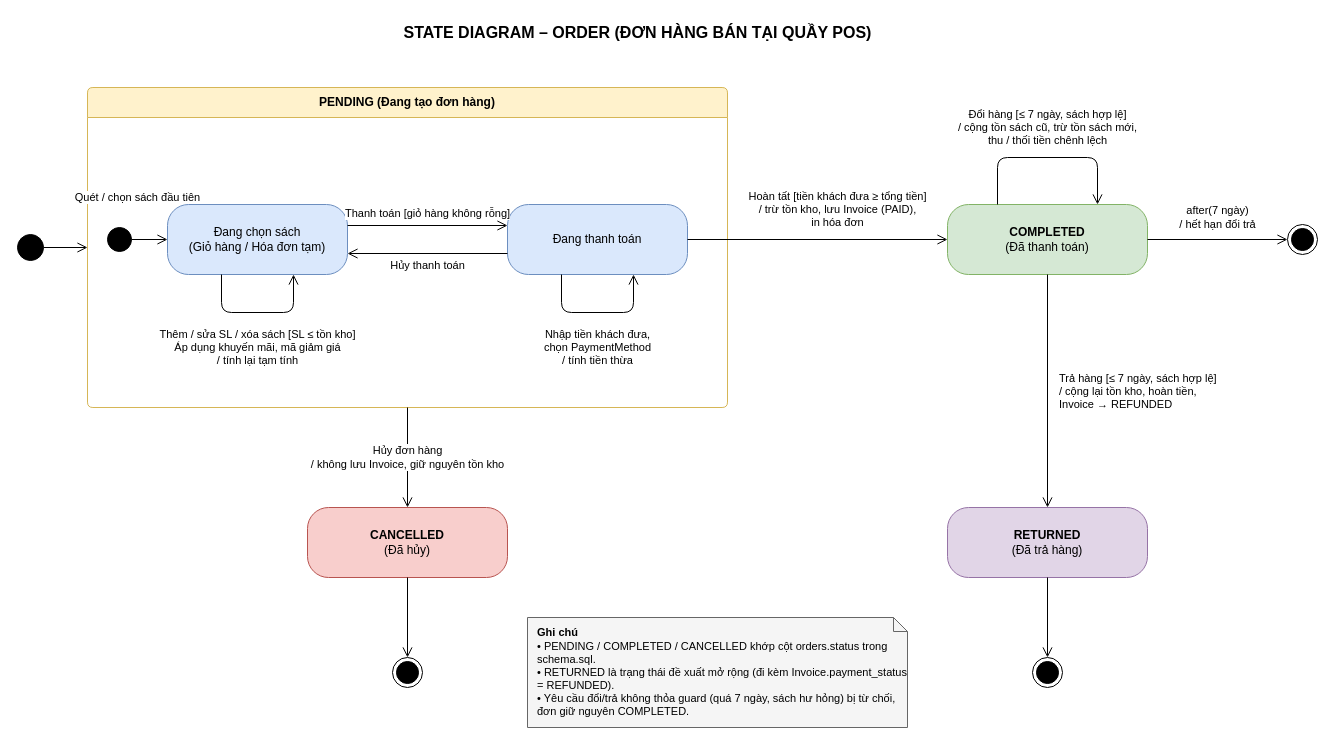
Earlier version of the draw.io diagram docs/diagrams/State diagram/state-order.drawio (chihai9-dev/quan-ly-nha-sach-ooad). Source tidied: cells renumbered, new cells numbered last; positions are measured from the earlier drawing's top-left corner, leaving out a move shared by most shapes. Both pictures are drawn from the tidied source at 100%, with x=0, y=0 at pixel (17, 17).
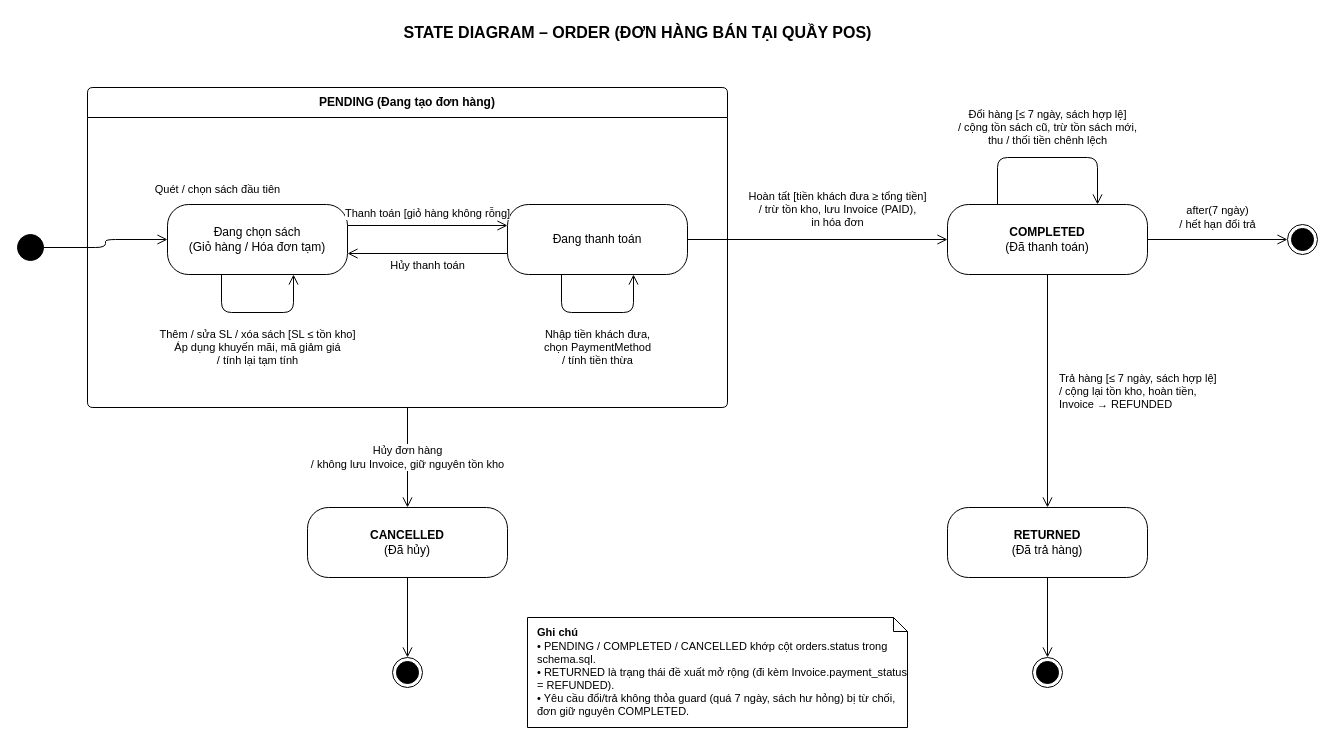
The same page after the edit.

The change refers to these unchanged cells:
```xml
<mxCell id="3" style="ellipse;html=1;fillColor=#000000;strokeColor=#000000;" parent="1" vertex="1">
  <mxGeometry y="217" width="26" height="26" as="geometry" />
</mxCell>
```

The edit, as a diff of the source:
```diff
@@
-    <mxCell id="4" value="PENDING (Đang tạo đơn hàng)" style="swimlane;rounded=1;whiteSpace=wrap;html=1;startSize=30;arcSize=6;fillColor=#fff2cc;strokeColor=#d6b656;fontStyle=1;" parent="1" vertex="1">
+    <mxCell id="4" value="PENDING (Đang tạo đơn hàng)" style="swimlane;rounded=1;whiteSpace=wrap;html=1;startSize=30;arcSize=6;fillColor=#ffffff;strokeColor=#000000;fontStyle=1;" parent="1" vertex="1">
       <mxGeometry x="70" y="70" width="640" height="320" as="geometry" />
     </mxCell>
-    <mxCell id="5" style="ellipse;html=1;fillColor=#000000;strokeColor=#000000;" parent="4" vertex="1">
-      <mxGeometry x="20" y="140" width="24" height="24" as="geometry" />
-    </mxCell>
-    <mxCell id="6" value="Đang chọn sách&lt;br&gt;(Giỏ hàng / Hóa đơn tạm)" style="rounded=1;whiteSpace=wrap;html=1;arcSize=30;fillColor=#dae8fc;strokeColor=#6c8ebf;" parent="4" vertex="1">
+    <mxCell id="6" value="Đang chọn sách&lt;br&gt;(Giỏ hàng / Hóa đơn tạm)" style="rounded=1;whiteSpace=wrap;html=1;arcSize=30;fillColor=#ffffff;strokeColor=#000000;" parent="4" vertex="1">
       <mxGeometry x="80" y="117" width="180" height="70" as="geometry" />
     </mxCell>
-    <mxCell id="7" value="Đang thanh toán" style="rounded=1;whiteSpace=wrap;html=1;arcSize=30;fillColor=#dae8fc;strokeColor=#6c8ebf;" parent="4" vertex="1">
+    <mxCell id="7" value="Đang thanh toán" style="rounded=1;whiteSpace=wrap;html=1;arcSize=30;fillColor=#ffffff;strokeColor=#000000;" parent="4" vertex="1">
       <mxGeometry x="420" y="117" width="180" height="70" as="geometry" />
     </mxCell>
-    <mxCell id="8" style="edgeStyle=orthogonalEdgeStyle;rounded=1;html=1;endArrow=open;endSize=8;" parent="4" edge="1" source="5" target="6">
-      <mxGeometry relative="1" as="geometry" />
-    </mxCell>
@@
-    <mxCell id="13" value="&lt;b&gt;COMPLETED&lt;/b&gt;&lt;br&gt;(Đã thanh toán)" style="rounded=1;whiteSpace=wrap;html=1;arcSize=30;fillColor=#d5e8d4;strokeColor=#82b366;" parent="1" vertex="1">
+    <mxCell id="13" value="&lt;b&gt;COMPLETED&lt;/b&gt;&lt;br&gt;(Đã thanh toán)" style="rounded=1;whiteSpace=wrap;html=1;arcSize=30;fillColor=#ffffff;strokeColor=#000000;" parent="1" vertex="1">
       <mxGeometry x="930" y="187" width="200" height="70" as="geometry" />
     </mxCell>
-    <mxCell id="14" value="&lt;b&gt;CANCELLED&lt;/b&gt;&lt;br&gt;(Đã hủy)" style="rounded=1;whiteSpace=wrap;html=1;arcSize=30;fillColor=#f8cecc;strokeColor=#b85450;" parent="1" vertex="1">
+    <mxCell id="14" value="&lt;b&gt;CANCELLED&lt;/b&gt;&lt;br&gt;(Đã hủy)" style="rounded=1;whiteSpace=wrap;html=1;arcSize=30;fillColor=#ffffff;strokeColor=#000000;" parent="1" vertex="1">
       <mxGeometry x="290" y="490" width="200" height="70" as="geometry" />
     </mxCell>
-    <mxCell id="15" value="&lt;b&gt;RETURNED&lt;/b&gt;&lt;br&gt;(Đã trả hàng)" style="rounded=1;whiteSpace=wrap;html=1;arcSize=30;fillColor=#e1d5e7;strokeColor=#9673a6;" parent="1" vertex="1">
+    <mxCell id="15" value="&lt;b&gt;RETURNED&lt;/b&gt;&lt;br&gt;(Đã trả hàng)" style="rounded=1;whiteSpace=wrap;html=1;arcSize=30;fillColor=#ffffff;strokeColor=#000000;" parent="1" vertex="1">
       <mxGeometry x="930" y="490" width="200" height="70" as="geometry" />
     </mxCell>
@@
-    <mxCell id="19" value="&lt;b&gt;Ghi chú&lt;/b&gt;&lt;br&gt;• PENDING / COMPLETED / CANCELLED khớp cột orders.status trong schema.sql.&lt;br&gt;• RETURNED là trạng thái đề xuất mở rộng (đi kèm Invoice.payment_status = REFUNDED).&lt;br&gt;• Yêu cầu đổi/trả không thỏa guard (quá 7 ngày, sách hư hỏng) bị từ chối, đơn giữ nguyên COMPLETED." style="shape=note;whiteSpace=wrap;html=1;size=14;align=left;spacingLeft=8;fillColor=#f5f5f5;strokeColor=#666666;fontSize=11;" parent="1" vertex="1">
+    <mxCell id="19" value="&lt;b&gt;Ghi chú&lt;/b&gt;&lt;br&gt;• PENDING / COMPLETED / CANCELLED khớp cột orders.status trong schema.sql.&lt;br&gt;• RETURNED là trạng thái đề xuất mở rộng (đi kèm Invoice.payment_status = REFUNDED).&lt;br&gt;• Yêu cầu đổi/trả không thỏa guard (quá 7 ngày, sách hư hỏng) bị từ chối, đơn giữ nguyên COMPLETED." style="shape=note;whiteSpace=wrap;html=1;size=14;align=left;spacingLeft=8;fillColor=#ffffff;strokeColor=#000000;fontSize=11;" parent="1" vertex="1">
       <mxGeometry x="510" y="600" width="380" height="110" as="geometry" />
     </mxCell>
-    <mxCell id="20" value="Quét / chọn sách đầu tiên" style="edgeStyle=orthogonalEdgeStyle;rounded=1;html=1;endArrow=open;endSize=8;fontSize=11;labelBackgroundColor=#ffffff;" parent="1" edge="1" source="3" target="4">
+    <mxCell id="20" value="Quét / chọn sách đầu tiên" style="edgeStyle=orthogonalEdgeStyle;rounded=1;html=1;endArrow=open;endSize=8;fontSize=11;labelBackgroundColor=#ffffff;" parent="1" edge="1" source="3" target="6">
       <mxGeometry x="1" y="71" relative="1" as="geometry">
         <mxPoint x="50" y="21" as="offset" />
       </mxGeometry>
     </mxCell>
```
